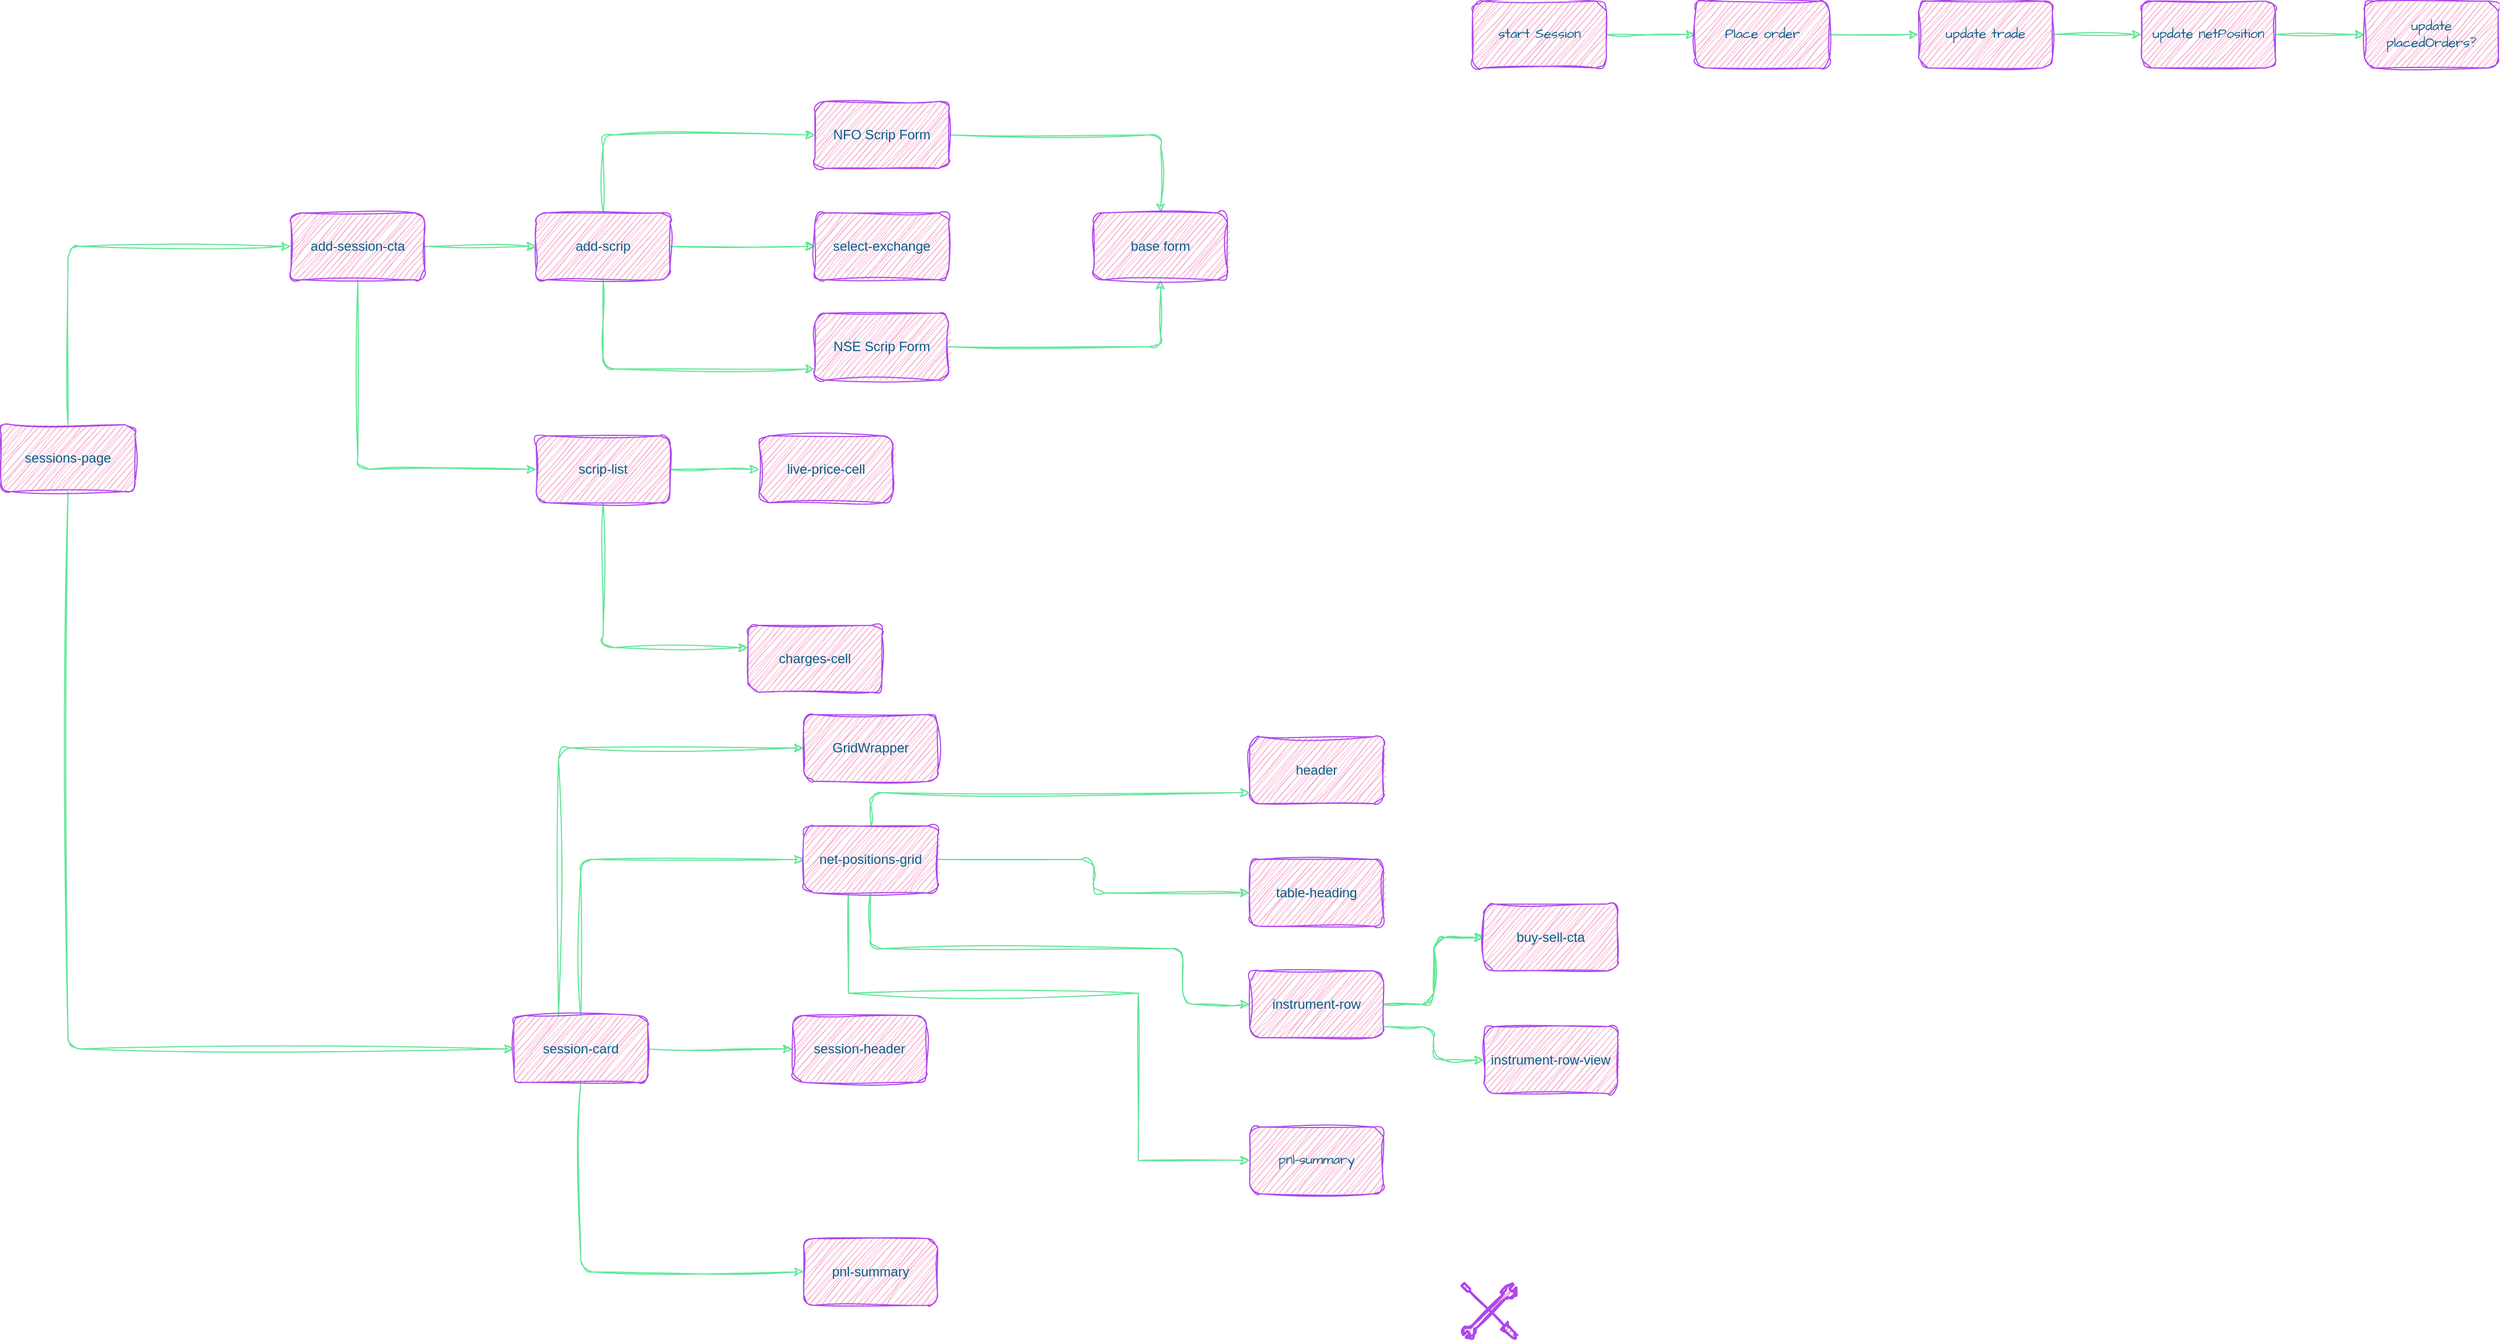
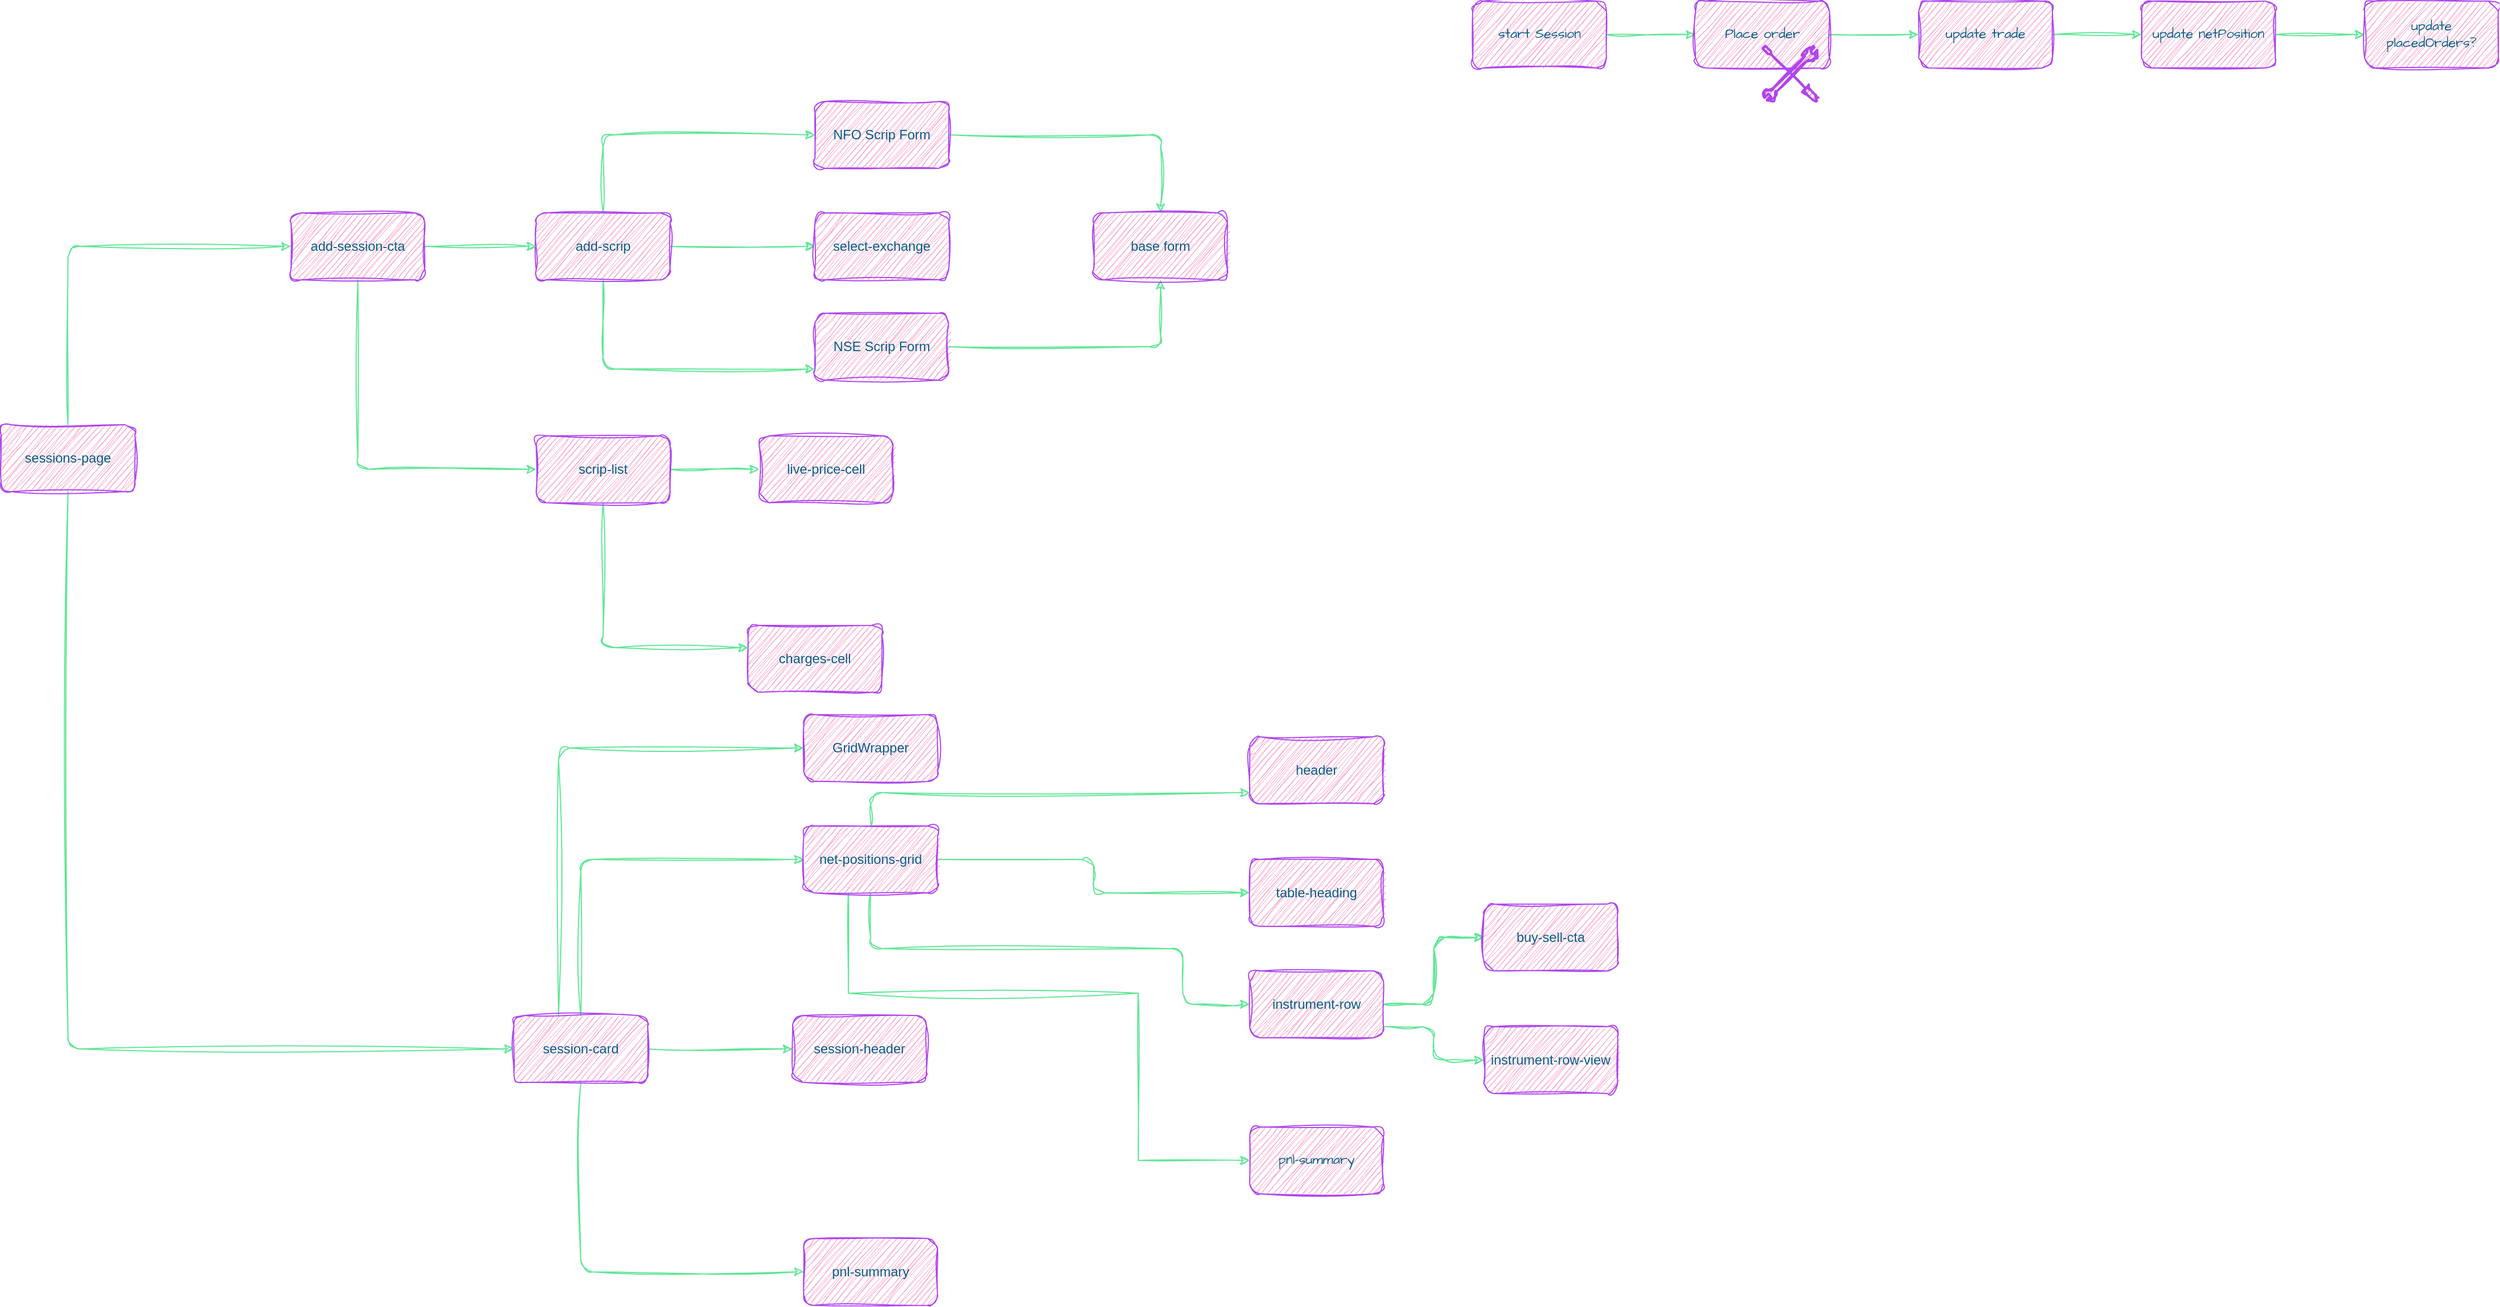
<mxfile host="app.diagrams.net" pages="5">
  <diagram id="wPQbEJP3DVO_ncDqMHqx" name="Sessions Page">
    <mxGraphModel dx="2395" dy="1443" grid="1" gridSize="10" guides="1" tooltips="1" connect="1" arrows="1" fold="1" page="0" pageScale="1" pageWidth="402" pageHeight="874" math="0" shadow="0">
      <root>
        <mxCell id="0" />
        <mxCell id="1" parent="0" />
        <mxCell id="DB1AKVm6qyutKQlFYAWD-6" edge="1" parent="1" source="DB1AKVm6qyutKQlFYAWD-1" style="edgeStyle=orthogonalEdgeStyle;rounded=1;orthogonalLoop=1;jettySize=auto;html=1;sketch=1;curveFitting=1;jiggle=2;labelBackgroundColor=none;fontColor=default;strokeColor=#60E696;" target="DB1AKVm6qyutKQlFYAWD-5" value="">
          <mxGeometry relative="1" as="geometry" />
        </mxCell>
        <mxCell id="DB1AKVm6qyutKQlFYAWD-8" edge="1" parent="1" source="DB1AKVm6qyutKQlFYAWD-1" style="edgeStyle=orthogonalEdgeStyle;rounded=1;orthogonalLoop=1;jettySize=auto;html=1;sketch=1;curveFitting=1;jiggle=2;labelBackgroundColor=none;fontColor=default;strokeColor=#60E696;" target="DB1AKVm6qyutKQlFYAWD-7" value="">
          <mxGeometry relative="1" as="geometry">
            <Array as="points">
              <mxPoint x="120" y="270" />
            </Array>
          </mxGeometry>
        </mxCell>
        <mxCell id="DB1AKVm6qyutKQlFYAWD-10" edge="1" parent="1" source="DB1AKVm6qyutKQlFYAWD-1" style="edgeStyle=orthogonalEdgeStyle;rounded=1;orthogonalLoop=1;jettySize=auto;html=1;sketch=1;curveFitting=1;jiggle=2;labelBackgroundColor=none;fontColor=default;strokeColor=#60E696;" target="DB1AKVm6qyutKQlFYAWD-9" value="">
          <mxGeometry relative="1" as="geometry">
            <Array as="points">
              <mxPoint x="120" y="60" />
            </Array>
          </mxGeometry>
        </mxCell>
        <mxCell id="DB1AKVm6qyutKQlFYAWD-1" parent="1" style="rounded=1;whiteSpace=wrap;html=1;sketch=1;curveFitting=1;jiggle=2;labelBackgroundColor=none;fillColor=#F694C1;strokeColor=#AF45ED;fontColor=#095C86;" value="add-scrip" vertex="1">
          <mxGeometry height="60" width="120" x="60" y="130" as="geometry" />
        </mxCell>
        <mxCell id="DB1AKVm6qyutKQlFYAWD-4" edge="1" parent="1" source="DB1AKVm6qyutKQlFYAWD-3" style="edgeStyle=orthogonalEdgeStyle;rounded=1;orthogonalLoop=1;jettySize=auto;html=1;sketch=1;curveFitting=1;jiggle=2;labelBackgroundColor=none;fontColor=default;strokeColor=#60E696;" target="DB1AKVm6qyutKQlFYAWD-1" value="">
          <mxGeometry relative="1" as="geometry" />
        </mxCell>
        <mxCell id="DB1AKVm6qyutKQlFYAWD-12" edge="1" parent="1" source="DB1AKVm6qyutKQlFYAWD-3" style="edgeStyle=orthogonalEdgeStyle;rounded=1;orthogonalLoop=1;jettySize=auto;html=1;sketch=1;curveFitting=1;jiggle=2;labelBackgroundColor=none;fontColor=default;strokeColor=#60E696;" target="DB1AKVm6qyutKQlFYAWD-11" value="">
          <mxGeometry relative="1" as="geometry">
            <Array as="points">
              <mxPoint x="-100" y="360" />
            </Array>
          </mxGeometry>
        </mxCell>
        <mxCell id="DB1AKVm6qyutKQlFYAWD-3" parent="1" style="rounded=1;whiteSpace=wrap;html=1;sketch=1;curveFitting=1;jiggle=2;labelBackgroundColor=none;fillColor=#F694C1;strokeColor=#AF45ED;fontColor=#095C86;" value="add-session-cta" vertex="1">
          <mxGeometry height="60" width="120" x="-160" y="130" as="geometry" />
        </mxCell>
        <mxCell id="DB1AKVm6qyutKQlFYAWD-5" parent="1" style="whiteSpace=wrap;html=1;rounded=1;sketch=1;curveFitting=1;jiggle=2;labelBackgroundColor=none;fillColor=#F694C1;strokeColor=#AF45ED;fontColor=#095C86;" value="select-exchange" vertex="1">
          <mxGeometry height="60" width="120" x="310" y="130" as="geometry" />
        </mxCell>
        <mxCell id="ouMAoqMrmdJ_XqpmxOQB-3" edge="1" parent="1" source="DB1AKVm6qyutKQlFYAWD-7" style="edgeStyle=orthogonalEdgeStyle;rounded=1;sketch=1;hachureGap=4;jiggle=2;curveFitting=1;orthogonalLoop=1;jettySize=auto;html=1;fontFamily=Architects Daughter;fontSource=https%3A%2F%2Ffonts.googleapis.com%2Fcss%3Ffamily%3DArchitects%2BDaughter;labelBackgroundColor=none;fontColor=default;strokeColor=#60E696;" target="ouMAoqMrmdJ_XqpmxOQB-1">
          <mxGeometry relative="1" as="geometry" />
        </mxCell>
        <mxCell id="DB1AKVm6qyutKQlFYAWD-7" parent="1" style="whiteSpace=wrap;html=1;rounded=1;sketch=1;curveFitting=1;jiggle=2;labelBackgroundColor=none;fillColor=#F694C1;strokeColor=#AF45ED;fontColor=#095C86;" value="NSE Scrip Form" vertex="1">
          <mxGeometry height="60" width="120" x="310" y="220" as="geometry" />
        </mxCell>
        <mxCell id="ouMAoqMrmdJ_XqpmxOQB-2" edge="1" parent="1" source="DB1AKVm6qyutKQlFYAWD-9" style="edgeStyle=orthogonalEdgeStyle;rounded=1;sketch=1;hachureGap=4;jiggle=2;curveFitting=1;orthogonalLoop=1;jettySize=auto;html=1;fontFamily=Architects Daughter;fontSource=https%3A%2F%2Ffonts.googleapis.com%2Fcss%3Ffamily%3DArchitects%2BDaughter;labelBackgroundColor=none;fontColor=default;strokeColor=#60E696;" target="ouMAoqMrmdJ_XqpmxOQB-1" value="">
          <mxGeometry relative="1" as="geometry" />
        </mxCell>
        <mxCell id="DB1AKVm6qyutKQlFYAWD-9" parent="1" style="whiteSpace=wrap;html=1;rounded=1;sketch=1;curveFitting=1;jiggle=2;labelBackgroundColor=none;fillColor=#F694C1;strokeColor=#AF45ED;fontColor=#095C86;" value="NFO Scrip Form" vertex="1">
          <mxGeometry height="60" width="120" x="310" y="30" as="geometry" />
        </mxCell>
        <mxCell id="ouMAoqMrmdJ_XqpmxOQB-15" edge="1" parent="1" source="DB1AKVm6qyutKQlFYAWD-11" style="edgeStyle=orthogonalEdgeStyle;rounded=1;sketch=1;hachureGap=4;jiggle=2;curveFitting=1;orthogonalLoop=1;jettySize=auto;html=1;fontFamily=Architects Daughter;fontSource=https%3A%2F%2Ffonts.googleapis.com%2Fcss%3Ffamily%3DArchitects%2BDaughter;labelBackgroundColor=none;fontColor=default;strokeColor=#60E696;" target="ouMAoqMrmdJ_XqpmxOQB-14" value="">
          <mxGeometry relative="1" as="geometry" />
        </mxCell>
        <mxCell id="ouMAoqMrmdJ_XqpmxOQB-17" edge="1" parent="1" source="DB1AKVm6qyutKQlFYAWD-11" style="edgeStyle=orthogonalEdgeStyle;rounded=1;sketch=1;hachureGap=4;jiggle=2;curveFitting=1;orthogonalLoop=1;jettySize=auto;html=1;fontFamily=Architects Daughter;fontSource=https%3A%2F%2Ffonts.googleapis.com%2Fcss%3Ffamily%3DArchitects%2BDaughter;labelBackgroundColor=none;fontColor=default;strokeColor=#60E696;" target="ouMAoqMrmdJ_XqpmxOQB-16" value="">
          <mxGeometry relative="1" as="geometry">
            <Array as="points">
              <mxPoint x="120" y="520" />
            </Array>
          </mxGeometry>
        </mxCell>
        <mxCell id="DB1AKVm6qyutKQlFYAWD-11" parent="1" style="whiteSpace=wrap;html=1;rounded=1;sketch=1;curveFitting=1;jiggle=2;labelBackgroundColor=none;fillColor=#F694C1;strokeColor=#AF45ED;fontColor=#095C86;" value="scrip-list" vertex="1">
          <mxGeometry height="60" width="120" x="60" y="330" as="geometry" />
        </mxCell>
        <mxCell id="DB1AKVm6qyutKQlFYAWD-15" edge="1" parent="1" source="DB1AKVm6qyutKQlFYAWD-14" style="edgeStyle=orthogonalEdgeStyle;rounded=1;sketch=1;hachureGap=4;jiggle=2;curveFitting=1;orthogonalLoop=1;jettySize=auto;html=1;entryX=0;entryY=0.5;entryDx=0;entryDy=0;fontFamily=Architects Daughter;fontSource=https%3A%2F%2Ffonts.googleapis.com%2Fcss%3Ffamily%3DArchitects%2BDaughter;fontColor=default;labelBackgroundColor=none;strokeColor=#60E696;" target="DB1AKVm6qyutKQlFYAWD-3">
          <mxGeometry relative="1" as="geometry">
            <Array as="points">
              <mxPoint x="-360" y="160" />
            </Array>
          </mxGeometry>
        </mxCell>
        <mxCell id="ouMAoqMrmdJ_XqpmxOQB-28" edge="1" parent="1" source="DB1AKVm6qyutKQlFYAWD-14" style="edgeStyle=orthogonalEdgeStyle;rounded=1;sketch=1;hachureGap=4;jiggle=2;curveFitting=1;orthogonalLoop=1;jettySize=auto;html=1;entryX=0;entryY=0.5;entryDx=0;entryDy=0;fontFamily=Architects Daughter;fontSource=https%3A%2F%2Ffonts.googleapis.com%2Fcss%3Ffamily%3DArchitects%2BDaughter;labelBackgroundColor=none;fontColor=default;strokeColor=#60E696;" target="ouMAoqMrmdJ_XqpmxOQB-19">
          <mxGeometry relative="1" as="geometry">
            <Array as="points">
              <mxPoint x="-360" y="880" />
            </Array>
          </mxGeometry>
        </mxCell>
        <mxCell id="DB1AKVm6qyutKQlFYAWD-14" parent="1" style="rounded=1;whiteSpace=wrap;html=1;sketch=1;curveFitting=1;jiggle=2;labelBackgroundColor=none;fillColor=#F694C1;strokeColor=#AF45ED;fontColor=#095C86;" value="sessions-page" vertex="1">
          <mxGeometry height="60" width="120" x="-420" y="320" as="geometry" />
        </mxCell>
        <mxCell id="ouMAoqMrmdJ_XqpmxOQB-1" parent="1" style="whiteSpace=wrap;html=1;rounded=1;sketch=1;curveFitting=1;jiggle=2;labelBackgroundColor=none;fillColor=#F694C1;strokeColor=#AF45ED;fontColor=#095C86;" value="base form" vertex="1">
          <mxGeometry height="60" width="120" x="560" y="130" as="geometry" />
        </mxCell>
        <mxCell id="ouMAoqMrmdJ_XqpmxOQB-6" edge="1" parent="1" source="ouMAoqMrmdJ_XqpmxOQB-4" style="edgeStyle=orthogonalEdgeStyle;rounded=1;sketch=1;hachureGap=4;jiggle=2;curveFitting=1;orthogonalLoop=1;jettySize=auto;html=1;fontFamily=Architects Daughter;fontSource=https%3A%2F%2Ffonts.googleapis.com%2Fcss%3Ffamily%3DArchitects%2BDaughter;labelBackgroundColor=none;fontColor=default;strokeColor=#60E696;" target="ouMAoqMrmdJ_XqpmxOQB-5" value="">
          <mxGeometry relative="1" as="geometry" />
        </mxCell>
        <mxCell id="ouMAoqMrmdJ_XqpmxOQB-4" parent="1" style="whiteSpace=wrap;html=1;sketch=1;hachureGap=4;jiggle=2;curveFitting=1;fontFamily=Architects Daughter;fontSource=https%3A%2F%2Ffonts.googleapis.com%2Fcss%3Ffamily%3DArchitects%2BDaughter;labelBackgroundColor=none;rounded=1;fillColor=#F694C1;strokeColor=#AF45ED;fontColor=#095C86;" value="start Session" vertex="1">
          <mxGeometry height="60" width="120" x="900" y="-60" as="geometry" />
        </mxCell>
        <mxCell id="ouMAoqMrmdJ_XqpmxOQB-8" edge="1" parent="1" source="ouMAoqMrmdJ_XqpmxOQB-5" style="edgeStyle=orthogonalEdgeStyle;rounded=1;sketch=1;hachureGap=4;jiggle=2;curveFitting=1;orthogonalLoop=1;jettySize=auto;html=1;fontFamily=Architects Daughter;fontSource=https%3A%2F%2Ffonts.googleapis.com%2Fcss%3Ffamily%3DArchitects%2BDaughter;labelBackgroundColor=none;fontColor=default;strokeColor=#60E696;" target="ouMAoqMrmdJ_XqpmxOQB-7" value="">
          <mxGeometry relative="1" as="geometry" />
        </mxCell>
        <mxCell id="ouMAoqMrmdJ_XqpmxOQB-5" parent="1" style="whiteSpace=wrap;html=1;fontFamily=Architects Daughter;sketch=1;hachureGap=4;jiggle=2;curveFitting=1;fontSource=https%3A%2F%2Ffonts.googleapis.com%2Fcss%3Ffamily%3DArchitects%2BDaughter;labelBackgroundColor=none;rounded=1;fillColor=#F694C1;strokeColor=#AF45ED;fontColor=#095C86;" value="Place order" vertex="1">
          <mxGeometry height="60" width="120" x="1100" y="-60" as="geometry" />
        </mxCell>
        <mxCell id="ouMAoqMrmdJ_XqpmxOQB-10" edge="1" parent="1" source="ouMAoqMrmdJ_XqpmxOQB-7" style="edgeStyle=orthogonalEdgeStyle;rounded=1;sketch=1;hachureGap=4;jiggle=2;curveFitting=1;orthogonalLoop=1;jettySize=auto;html=1;fontFamily=Architects Daughter;fontSource=https%3A%2F%2Ffonts.googleapis.com%2Fcss%3Ffamily%3DArchitects%2BDaughter;labelBackgroundColor=none;fontColor=default;strokeColor=#60E696;" target="ouMAoqMrmdJ_XqpmxOQB-9" value="">
          <mxGeometry relative="1" as="geometry" />
        </mxCell>
        <mxCell id="ouMAoqMrmdJ_XqpmxOQB-7" parent="1" style="whiteSpace=wrap;html=1;fontFamily=Architects Daughter;sketch=1;hachureGap=4;jiggle=2;curveFitting=1;fontSource=https%3A%2F%2Ffonts.googleapis.com%2Fcss%3Ffamily%3DArchitects%2BDaughter;labelBackgroundColor=none;rounded=1;fillColor=#F694C1;strokeColor=#AF45ED;fontColor=#095C86;" value="update trade" vertex="1">
          <mxGeometry height="60" width="120" x="1300" y="-60" as="geometry" />
        </mxCell>
        <mxCell id="ouMAoqMrmdJ_XqpmxOQB-12" edge="1" parent="1" source="ouMAoqMrmdJ_XqpmxOQB-9" style="edgeStyle=orthogonalEdgeStyle;rounded=1;sketch=1;hachureGap=4;jiggle=2;curveFitting=1;orthogonalLoop=1;jettySize=auto;html=1;fontFamily=Architects Daughter;fontSource=https%3A%2F%2Ffonts.googleapis.com%2Fcss%3Ffamily%3DArchitects%2BDaughter;labelBackgroundColor=none;fontColor=default;strokeColor=#60E696;" target="ouMAoqMrmdJ_XqpmxOQB-11" value="">
          <mxGeometry relative="1" as="geometry" />
        </mxCell>
        <mxCell id="ouMAoqMrmdJ_XqpmxOQB-9" parent="1" style="whiteSpace=wrap;html=1;fontFamily=Architects Daughter;sketch=1;hachureGap=4;jiggle=2;curveFitting=1;fontSource=https%3A%2F%2Ffonts.googleapis.com%2Fcss%3Ffamily%3DArchitects%2BDaughter;labelBackgroundColor=none;rounded=1;fillColor=#F694C1;strokeColor=#AF45ED;fontColor=#095C86;" value="update netPosition" vertex="1">
          <mxGeometry height="60" width="120" x="1500" y="-60" as="geometry" />
        </mxCell>
        <mxCell id="ouMAoqMrmdJ_XqpmxOQB-11" parent="1" style="whiteSpace=wrap;html=1;fontFamily=Architects Daughter;sketch=1;hachureGap=4;jiggle=2;curveFitting=1;fontSource=https%3A%2F%2Ffonts.googleapis.com%2Fcss%3Ffamily%3DArchitects%2BDaughter;labelBackgroundColor=none;rounded=1;fillColor=#F694C1;strokeColor=#AF45ED;fontColor=#095C86;" value="update placedOrders?" vertex="1">
          <mxGeometry height="60" width="120" x="1700" y="-60" as="geometry" />
        </mxCell>
        <mxCell id="ouMAoqMrmdJ_XqpmxOQB-13" parent="1" style="html=1;verticalLabelPosition=bottom;align=center;labelBackgroundColor=none;verticalAlign=top;strokeWidth=2;shadow=0;dashed=0;shape=mxgraph.ios7.icons.tools;pointerEvents=1;sketch=1;hachureGap=4;jiggle=2;curveFitting=1;fontFamily=Architects Daughter;fontSource=https%3A%2F%2Ffonts.googleapis.com%2Fcss%3Ffamily%3DArchitects%2BDaughter;rounded=1;fillColor=#F694C1;strokeColor=#AF45ED;fontColor=#095C86;" value="" vertex="1">
-           <mxGeometry height="50" width="50" x="890" y="1090" as="geometry" />
+           <mxGeometry height="50" width="50" x="1160" y="-20" as="geometry" />
        </mxCell>
        <mxCell id="ouMAoqMrmdJ_XqpmxOQB-14" parent="1" style="whiteSpace=wrap;html=1;rounded=1;sketch=1;curveFitting=1;jiggle=2;labelBackgroundColor=none;fillColor=#F694C1;strokeColor=#AF45ED;fontColor=#095C86;" value="live-price-cell" vertex="1">
          <mxGeometry height="60" width="120" x="260" y="330" as="geometry" />
        </mxCell>
        <mxCell id="ouMAoqMrmdJ_XqpmxOQB-16" parent="1" style="whiteSpace=wrap;html=1;rounded=1;sketch=1;curveFitting=1;jiggle=2;labelBackgroundColor=none;fillColor=#F694C1;strokeColor=#AF45ED;fontColor=#095C86;" value="charges-cell" vertex="1">
          <mxGeometry height="60" width="120" x="250" y="500" as="geometry" />
        </mxCell>
        <mxCell id="ouMAoqMrmdJ_XqpmxOQB-22" edge="1" parent="1" source="ouMAoqMrmdJ_XqpmxOQB-19" style="edgeStyle=orthogonalEdgeStyle;rounded=1;sketch=1;hachureGap=4;jiggle=2;curveFitting=1;orthogonalLoop=1;jettySize=auto;html=1;fontFamily=Architects Daughter;fontSource=https%3A%2F%2Ffonts.googleapis.com%2Fcss%3Ffamily%3DArchitects%2BDaughter;labelBackgroundColor=none;fontColor=default;strokeColor=#60E696;" target="ouMAoqMrmdJ_XqpmxOQB-21" value="">
          <mxGeometry relative="1" as="geometry" />
        </mxCell>
        <mxCell id="ouMAoqMrmdJ_XqpmxOQB-25" edge="1" parent="1" source="ouMAoqMrmdJ_XqpmxOQB-19" style="edgeStyle=orthogonalEdgeStyle;rounded=1;sketch=1;hachureGap=4;jiggle=2;curveFitting=1;orthogonalLoop=1;jettySize=auto;html=1;entryX=0;entryY=0.5;entryDx=0;entryDy=0;fontFamily=Architects Daughter;fontSource=https%3A%2F%2Ffonts.googleapis.com%2Fcss%3Ffamily%3DArchitects%2BDaughter;labelBackgroundColor=none;fontColor=default;strokeColor=#60E696;" target="ouMAoqMrmdJ_XqpmxOQB-23">
          <mxGeometry relative="1" as="geometry">
            <Array as="points">
              <mxPoint x="100" y="710" />
            </Array>
          </mxGeometry>
        </mxCell>
        <mxCell id="ouMAoqMrmdJ_XqpmxOQB-27" edge="1" parent="1" source="ouMAoqMrmdJ_XqpmxOQB-19" style="edgeStyle=orthogonalEdgeStyle;rounded=1;sketch=1;hachureGap=4;jiggle=2;curveFitting=1;orthogonalLoop=1;jettySize=auto;html=1;fontFamily=Architects Daughter;fontSource=https%3A%2F%2Ffonts.googleapis.com%2Fcss%3Ffamily%3DArchitects%2BDaughter;labelBackgroundColor=none;fontColor=default;strokeColor=#60E696;" target="ouMAoqMrmdJ_XqpmxOQB-26" value="">
          <mxGeometry relative="1" as="geometry">
            <Array as="points">
              <mxPoint x="100" y="1080" />
            </Array>
          </mxGeometry>
        </mxCell>
        <mxCell id="ouMAoqMrmdJ_XqpmxOQB-30" edge="1" parent="1" source="ouMAoqMrmdJ_XqpmxOQB-19" style="edgeStyle=orthogonalEdgeStyle;rounded=1;sketch=1;hachureGap=4;jiggle=2;curveFitting=1;orthogonalLoop=1;jettySize=auto;html=1;fontFamily=Architects Daughter;fontSource=https%3A%2F%2Ffonts.googleapis.com%2Fcss%3Ffamily%3DArchitects%2BDaughter;fontColor=default;labelBackgroundColor=none;strokeColor=#60E696;" target="ouMAoqMrmdJ_XqpmxOQB-29" value="">
          <mxGeometry relative="1" as="geometry">
            <Array as="points">
              <mxPoint x="80" y="610" />
            </Array>
          </mxGeometry>
        </mxCell>
        <mxCell id="ouMAoqMrmdJ_XqpmxOQB-19" parent="1" style="whiteSpace=wrap;html=1;rounded=1;sketch=1;curveFitting=1;jiggle=2;labelBackgroundColor=none;fillColor=#F694C1;strokeColor=#AF45ED;fontColor=#095C86;" value="session-card" vertex="1">
          <mxGeometry height="60" width="120" x="40" y="850" as="geometry" />
        </mxCell>
        <mxCell id="ouMAoqMrmdJ_XqpmxOQB-21" parent="1" style="whiteSpace=wrap;html=1;rounded=1;sketch=1;curveFitting=1;jiggle=2;labelBackgroundColor=none;fillColor=#F694C1;strokeColor=#AF45ED;fontColor=#095C86;" value="session-header" vertex="1">
          <mxGeometry height="60" width="120" x="290" y="850" as="geometry" />
        </mxCell>
        <mxCell id="ouMAoqMrmdJ_XqpmxOQB-32" edge="1" parent="1" source="ouMAoqMrmdJ_XqpmxOQB-23" style="edgeStyle=orthogonalEdgeStyle;rounded=1;sketch=1;hachureGap=4;jiggle=2;curveFitting=1;orthogonalLoop=1;jettySize=auto;html=1;fontFamily=Architects Daughter;fontSource=https%3A%2F%2Ffonts.googleapis.com%2Fcss%3Ffamily%3DArchitects%2BDaughter;fontColor=default;labelBackgroundColor=none;strokeColor=#60E696;" target="ouMAoqMrmdJ_XqpmxOQB-31" value="">
          <mxGeometry relative="1" as="geometry">
            <Array as="points">
              <mxPoint x="360" y="650" />
            </Array>
          </mxGeometry>
        </mxCell>
        <mxCell id="ouMAoqMrmdJ_XqpmxOQB-34" edge="1" parent="1" source="ouMAoqMrmdJ_XqpmxOQB-23" style="edgeStyle=orthogonalEdgeStyle;rounded=1;sketch=1;hachureGap=4;jiggle=2;curveFitting=1;orthogonalLoop=1;jettySize=auto;html=1;fontFamily=Architects Daughter;fontSource=https%3A%2F%2Ffonts.googleapis.com%2Fcss%3Ffamily%3DArchitects%2BDaughter;fontColor=default;labelBackgroundColor=none;strokeColor=#60E696;" target="ouMAoqMrmdJ_XqpmxOQB-33" value="">
          <mxGeometry relative="1" as="geometry" />
        </mxCell>
        <mxCell id="ouMAoqMrmdJ_XqpmxOQB-38" edge="1" parent="1" source="ouMAoqMrmdJ_XqpmxOQB-23" style="edgeStyle=orthogonalEdgeStyle;rounded=1;sketch=1;hachureGap=4;jiggle=2;curveFitting=1;orthogonalLoop=1;jettySize=auto;html=1;fontFamily=Architects Daughter;fontSource=https%3A%2F%2Ffonts.googleapis.com%2Fcss%3Ffamily%3DArchitects%2BDaughter;fontColor=default;labelBackgroundColor=none;strokeColor=#60E696;" target="ouMAoqMrmdJ_XqpmxOQB-37" value="">
          <mxGeometry relative="1" as="geometry">
            <Array as="points">
              <mxPoint x="360" y="790" />
              <mxPoint x="640" y="790" />
            </Array>
          </mxGeometry>
        </mxCell>
        <mxCell id="eX8Cx5BNWnft2gzvnQZb-2" edge="1" parent="1" source="ouMAoqMrmdJ_XqpmxOQB-23" style="edgeStyle=orthogonalEdgeStyle;rounded=0;sketch=1;hachureGap=4;jiggle=2;curveFitting=1;orthogonalLoop=1;jettySize=auto;html=1;fontFamily=Architects Daughter;fontSource=https%3A%2F%2Ffonts.googleapis.com%2Fcss%3Ffamily%3DArchitects%2BDaughter;entryX=0;entryY=0.5;entryDx=0;entryDy=0;labelBackgroundColor=none;fontColor=default;strokeColor=#60E696;" target="eX8Cx5BNWnft2gzvnQZb-3">
          <mxGeometry relative="1" as="geometry">
            <Array as="points">
              <mxPoint x="340" y="830" />
              <mxPoint x="600" y="830" />
              <mxPoint x="600" y="980" />
            </Array>
            <mxPoint x="600" y="1010" as="targetPoint" />
          </mxGeometry>
        </mxCell>
        <mxCell id="ouMAoqMrmdJ_XqpmxOQB-23" parent="1" style="whiteSpace=wrap;html=1;rounded=1;sketch=1;curveFitting=1;jiggle=2;labelBackgroundColor=none;fillColor=#F694C1;strokeColor=#AF45ED;fontColor=#095C86;" value="net-positions-grid" vertex="1">
          <mxGeometry height="60" width="120" x="300" y="680" as="geometry" />
        </mxCell>
        <mxCell id="ouMAoqMrmdJ_XqpmxOQB-26" parent="1" style="whiteSpace=wrap;html=1;rounded=1;sketch=1;curveFitting=1;jiggle=2;labelBackgroundColor=none;fillColor=#F694C1;strokeColor=#AF45ED;fontColor=#095C86;" value="pnl-summary" vertex="1">
          <mxGeometry height="60" width="120" x="300" y="1050" as="geometry" />
        </mxCell>
        <mxCell id="ouMAoqMrmdJ_XqpmxOQB-29" parent="1" style="whiteSpace=wrap;html=1;rounded=1;sketch=1;curveFitting=1;jiggle=2;labelBackgroundColor=none;fillColor=#F694C1;strokeColor=#AF45ED;fontColor=#095C86;" value="GridWrapper" vertex="1">
          <mxGeometry height="60" width="120" x="300" y="580" as="geometry" />
        </mxCell>
        <mxCell id="ouMAoqMrmdJ_XqpmxOQB-31" parent="1" style="whiteSpace=wrap;html=1;rounded=1;sketch=1;curveFitting=1;jiggle=2;labelBackgroundColor=none;fillColor=#F694C1;strokeColor=#AF45ED;fontColor=#095C86;" value="header" vertex="1">
          <mxGeometry height="60" width="120" x="700" y="600" as="geometry" />
        </mxCell>
        <mxCell id="ouMAoqMrmdJ_XqpmxOQB-33" parent="1" style="whiteSpace=wrap;html=1;rounded=1;sketch=1;curveFitting=1;jiggle=2;labelBackgroundColor=none;fillColor=#F694C1;strokeColor=#AF45ED;fontColor=#095C86;" value="table-heading" vertex="1">
          <mxGeometry height="60" width="120" x="700" y="710" as="geometry" />
        </mxCell>
        <mxCell id="ouMAoqMrmdJ_XqpmxOQB-40" edge="1" parent="1" source="ouMAoqMrmdJ_XqpmxOQB-37" style="edgeStyle=orthogonalEdgeStyle;rounded=1;sketch=1;hachureGap=4;jiggle=2;curveFitting=1;orthogonalLoop=1;jettySize=auto;html=1;fontFamily=Architects Daughter;fontSource=https%3A%2F%2Ffonts.googleapis.com%2Fcss%3Ffamily%3DArchitects%2BDaughter;fontColor=default;labelBackgroundColor=none;strokeColor=#60E696;" target="ouMAoqMrmdJ_XqpmxOQB-39" value="">
          <mxGeometry relative="1" as="geometry" />
        </mxCell>
        <mxCell id="ouMAoqMrmdJ_XqpmxOQB-41" edge="1" parent="1" source="ouMAoqMrmdJ_XqpmxOQB-37" style="edgeStyle=orthogonalEdgeStyle;rounded=1;sketch=1;hachureGap=4;jiggle=2;curveFitting=1;orthogonalLoop=1;jettySize=auto;html=1;fontFamily=Architects Daughter;fontSource=https%3A%2F%2Ffonts.googleapis.com%2Fcss%3Ffamily%3DArchitects%2BDaughter;fontColor=default;labelBackgroundColor=none;strokeColor=#60E696;" target="ouMAoqMrmdJ_XqpmxOQB-39" value="">
          <mxGeometry relative="1" as="geometry" />
        </mxCell>
        <mxCell id="ouMAoqMrmdJ_XqpmxOQB-43" edge="1" parent="1" source="ouMAoqMrmdJ_XqpmxOQB-37" style="edgeStyle=orthogonalEdgeStyle;rounded=1;sketch=1;hachureGap=4;jiggle=2;curveFitting=1;orthogonalLoop=1;jettySize=auto;html=1;fontFamily=Architects Daughter;fontSource=https%3A%2F%2Ffonts.googleapis.com%2Fcss%3Ffamily%3DArchitects%2BDaughter;fontColor=default;labelBackgroundColor=none;strokeColor=#60E696;" target="ouMAoqMrmdJ_XqpmxOQB-42" value="">
          <mxGeometry relative="1" as="geometry">
            <Array as="points">
              <mxPoint x="865" y="860" />
              <mxPoint x="865" y="890" />
            </Array>
          </mxGeometry>
        </mxCell>
        <mxCell id="ouMAoqMrmdJ_XqpmxOQB-37" parent="1" style="whiteSpace=wrap;html=1;rounded=1;sketch=1;curveFitting=1;jiggle=2;labelBackgroundColor=none;fillColor=#F694C1;strokeColor=#AF45ED;fontColor=#095C86;" value="instrument-row" vertex="1">
          <mxGeometry height="60" width="120" x="700" y="810" as="geometry" />
        </mxCell>
        <mxCell id="ouMAoqMrmdJ_XqpmxOQB-39" parent="1" style="whiteSpace=wrap;html=1;rounded=1;sketch=1;curveFitting=1;jiggle=2;labelBackgroundColor=none;fillColor=#F694C1;strokeColor=#AF45ED;fontColor=#095C86;" value="buy-sell-cta" vertex="1">
          <mxGeometry height="60" width="120" x="910" y="750" as="geometry" />
        </mxCell>
        <mxCell id="ouMAoqMrmdJ_XqpmxOQB-42" parent="1" style="whiteSpace=wrap;html=1;rounded=1;sketch=1;curveFitting=1;jiggle=2;labelBackgroundColor=none;fillColor=#F694C1;strokeColor=#AF45ED;fontColor=#095C86;" value="instrument-row-view" vertex="1">
          <mxGeometry height="60" width="120" x="910" y="860" as="geometry" />
        </mxCell>
        <mxCell id="eX8Cx5BNWnft2gzvnQZb-3" parent="1" style="rounded=1;whiteSpace=wrap;html=1;sketch=1;hachureGap=4;jiggle=2;curveFitting=1;fontFamily=Architects Daughter;fontSource=https%3A%2F%2Ffonts.googleapis.com%2Fcss%3Ffamily%3DArchitects%2BDaughter;labelBackgroundColor=none;fillColor=#F694C1;strokeColor=#AF45ED;fontColor=#095C86;" value="pnl-summary" vertex="1">
          <mxGeometry height="60" width="120" x="700" y="950" as="geometry" />
        </mxCell>
      </root>
    </mxGraphModel>
  </diagram>
  <diagram id="YVkBlKKJ4RNEtawBKbZk" name="Session">
    <mxGraphModel dx="1357" dy="626" grid="1" gridSize="10" guides="1" tooltips="1" connect="1" arrows="1" fold="1" page="0" pageScale="1" pageWidth="402" pageHeight="874" math="0" shadow="0">
      <root>
        <mxCell id="0" />
        <mxCell id="1" parent="0" />
        <mxCell id="b8iQl_XISdQ6rZ6kNcMQ-3" edge="1" parent="1" source="b8iQl_XISdQ6rZ6kNcMQ-1" style="edgeStyle=orthogonalEdgeStyle;rounded=0;orthogonalLoop=1;jettySize=auto;html=1;" target="b8iQl_XISdQ6rZ6kNcMQ-2" value="">
          <mxGeometry relative="1" as="geometry" />
        </mxCell>
        <mxCell id="b8iQl_XISdQ6rZ6kNcMQ-1" parent="1" style="rounded=1;whiteSpace=wrap;html=1;" value="start session" vertex="1">
          <mxGeometry height="60" width="120" x="-200" y="80" as="geometry" />
        </mxCell>
        <mxCell id="b8iQl_XISdQ6rZ6kNcMQ-5" edge="1" parent="1" source="b8iQl_XISdQ6rZ6kNcMQ-2" style="edgeStyle=orthogonalEdgeStyle;rounded=0;orthogonalLoop=1;jettySize=auto;html=1;" target="b8iQl_XISdQ6rZ6kNcMQ-4" value="">
          <mxGeometry relative="1" as="geometry" />
        </mxCell>
        <mxCell id="b8iQl_XISdQ6rZ6kNcMQ-2" parent="1" style="whiteSpace=wrap;html=1;rounded=1;" value="place orders&amp;nbsp;&lt;br&gt;(all or none)" vertex="1">
          <mxGeometry height="60" width="120" y="80" as="geometry" />
        </mxCell>
        <mxCell id="b8iQl_XISdQ6rZ6kNcMQ-7" edge="1" parent="1" source="b8iQl_XISdQ6rZ6kNcMQ-4" style="edgeStyle=orthogonalEdgeStyle;rounded=0;orthogonalLoop=1;jettySize=auto;html=1;" target="b8iQl_XISdQ6rZ6kNcMQ-6" value="">
          <mxGeometry relative="1" as="geometry" />
        </mxCell>
        <mxCell id="b8iQl_XISdQ6rZ6kNcMQ-4" parent="1" style="whiteSpace=wrap;html=1;rounded=1;" value="update margins" vertex="1">
          <mxGeometry height="60" width="120" x="200" y="80" as="geometry" />
        </mxCell>
        <mxCell id="b8iQl_XISdQ6rZ6kNcMQ-6" parent="1" style="whiteSpace=wrap;html=1;rounded=1;" value="create session" vertex="1">
          <mxGeometry height="60" width="120" x="200" y="200" as="geometry" />
        </mxCell>
        <mxCell id="b8iQl_XISdQ6rZ6kNcMQ-8" parent="1" style="rounded=1;whiteSpace=wrap;html=1;fillColor=#fff2cc;strokeColor=#d6b656;" value="firebase" vertex="1">
          <mxGeometry height="40" width="80" x="300" y="190" as="geometry" />
        </mxCell>
        <mxCell id="b8iQl_XISdQ6rZ6kNcMQ-9" parent="1" style="rounded=1;whiteSpace=wrap;html=1;fillColor=#fff2cc;strokeColor=#d6b656;" value="kite" vertex="1">
          <mxGeometry height="40" width="80" x="80" y="50" as="geometry" />
        </mxCell>
        <mxCell id="b8iQl_XISdQ6rZ6kNcMQ-10" parent="1" style="rounded=1;whiteSpace=wrap;html=1;fillColor=#fff2cc;strokeColor=#d6b656;" value="firebase" vertex="1">
          <mxGeometry height="40" width="80" x="290" y="60" as="geometry" />
        </mxCell>
      </root>
    </mxGraphModel>
  </diagram>
  <diagram id="4KjMPYYtLXdBkkJX1B08" name="Auth">
    <mxGraphModel dx="1276" dy="835" grid="0" gridSize="10" guides="1" tooltips="1" connect="1" arrows="1" fold="1" page="0" pageScale="1" pageWidth="402" pageHeight="874" math="0" shadow="0">
      <root>
        <mxCell id="0" />
        <mxCell id="1" parent="0" />
        <mxCell id="pPH6oVQiPgVcm9OUePWL-3" edge="1" parent="1" source="pPH6oVQiPgVcm9OUePWL-1" style="edgeStyle=orthogonalEdgeStyle;rounded=0;orthogonalLoop=1;jettySize=auto;html=1;" target="pPH6oVQiPgVcm9OUePWL-2" value="">
          <mxGeometry relative="1" as="geometry" />
        </mxCell>
        <mxCell id="pPH6oVQiPgVcm9OUePWL-1" parent="1" style="rounded=1;whiteSpace=wrap;html=1;" value="User clicks &quot;Login&quot; Button" vertex="1">
          <mxGeometry height="60" width="120" x="23" y="101" as="geometry" />
        </mxCell>
        <mxCell id="pPH6oVQiPgVcm9OUePWL-5" edge="1" parent="1" source="pPH6oVQiPgVcm9OUePWL-2" style="edgeStyle=orthogonalEdgeStyle;rounded=0;orthogonalLoop=1;jettySize=auto;html=1;" target="pPH6oVQiPgVcm9OUePWL-4" value="">
          <mxGeometry relative="1" as="geometry" />
        </mxCell>
        <mxCell id="pPH6oVQiPgVcm9OUePWL-2" parent="1" style="whiteSpace=wrap;html=1;rounded=1;" value="Open the Login URL" vertex="1">
          <mxGeometry height="60" width="120" x="223" y="101" as="geometry" />
        </mxCell>
        <mxCell id="pPH6oVQiPgVcm9OUePWL-7" edge="1" parent="1" source="pPH6oVQiPgVcm9OUePWL-4" style="edgeStyle=orthogonalEdgeStyle;rounded=0;orthogonalLoop=1;jettySize=auto;html=1;" target="pPH6oVQiPgVcm9OUePWL-6" value="">
          <mxGeometry relative="1" as="geometry" />
        </mxCell>
        <mxCell id="pPH6oVQiPgVcm9OUePWL-4" parent="1" style="whiteSpace=wrap;html=1;rounded=1;" value="User logins to Zerodha" vertex="1">
          <mxGeometry height="60" width="120" x="423" y="101" as="geometry" />
        </mxCell>
        <mxCell id="pPH6oVQiPgVcm9OUePWL-9" edge="1" parent="1" source="pPH6oVQiPgVcm9OUePWL-6" style="edgeStyle=orthogonalEdgeStyle;rounded=0;orthogonalLoop=1;jettySize=auto;html=1;" target="pPH6oVQiPgVcm9OUePWL-8" value="">
          <mxGeometry relative="1" as="geometry" />
        </mxCell>
        <mxCell id="pPH6oVQiPgVcm9OUePWL-6" parent="1" style="whiteSpace=wrap;html=1;rounded=1;" value="Redirected to callback URL with request_token&lt;br&gt;&lt;b&gt;http://localhost:3000/api/auth/kite/callback&lt;/b&gt;" vertex="1">
          <mxGeometry height="60" width="262" x="352" y="244" as="geometry" />
        </mxCell>
        <mxCell id="pPH6oVQiPgVcm9OUePWL-13" edge="1" parent="1" source="pPH6oVQiPgVcm9OUePWL-8" style="edgeStyle=orthogonalEdgeStyle;rounded=0;orthogonalLoop=1;jettySize=auto;html=1;" target="pPH6oVQiPgVcm9OUePWL-12" value="">
          <mxGeometry relative="1" as="geometry" />
        </mxCell>
        <mxCell id="pPH6oVQiPgVcm9OUePWL-8" parent="1" style="whiteSpace=wrap;html=1;rounded=1;" value="In loader for this route, generate the session" vertex="1">
          <mxGeometry height="60" width="120" x="17" y="244" as="geometry" />
        </mxCell>
        <mxCell id="pPH6oVQiPgVcm9OUePWL-15" edge="1" parent="1" source="pPH6oVQiPgVcm9OUePWL-12" style="edgeStyle=orthogonalEdgeStyle;rounded=0;orthogonalLoop=1;jettySize=auto;html=1;" target="pPH6oVQiPgVcm9OUePWL-14" value="">
          <mxGeometry relative="1" as="geometry" />
        </mxCell>
        <mxCell id="pPH6oVQiPgVcm9OUePWL-12" parent="1" style="whiteSpace=wrap;html=1;rounded=1;" value="Serialize and save the access token in cookie" vertex="1">
          <mxGeometry height="60" width="120" x="17" y="384" as="geometry" />
        </mxCell>
        <mxCell id="pPH6oVQiPgVcm9OUePWL-17" edge="1" parent="1" source="pPH6oVQiPgVcm9OUePWL-14" style="edgeStyle=orthogonalEdgeStyle;rounded=0;orthogonalLoop=1;jettySize=auto;html=1;" target="pPH6oVQiPgVcm9OUePWL-16" value="">
          <mxGeometry relative="1" as="geometry" />
        </mxCell>
        <mxCell id="pPH6oVQiPgVcm9OUePWL-14" parent="1" style="whiteSpace=wrap;html=1;rounded=1;" value="redirect to /dashboard" vertex="1">
          <mxGeometry height="60" width="120" x="217" y="384" as="geometry" />
        </mxCell>
        <mxCell id="pPH6oVQiPgVcm9OUePWL-19" edge="1" parent="1" source="pPH6oVQiPgVcm9OUePWL-16" style="edgeStyle=orthogonalEdgeStyle;rounded=0;orthogonalLoop=1;jettySize=auto;html=1;" target="pPH6oVQiPgVcm9OUePWL-18" value="">
          <mxGeometry relative="1" as="geometry" />
        </mxCell>
        <mxCell id="pPH6oVQiPgVcm9OUePWL-16" parent="1" style="whiteSpace=wrap;html=1;rounded=1;" value="in dashboard loader, get the access token from the cookie and send it to client" vertex="1">
          <mxGeometry height="60" width="120" x="417" y="384" as="geometry" />
        </mxCell>
        <mxCell id="pPH6oVQiPgVcm9OUePWL-21" edge="1" parent="1" source="pPH6oVQiPgVcm9OUePWL-18" style="edgeStyle=orthogonalEdgeStyle;rounded=0;orthogonalLoop=1;jettySize=auto;html=1;" target="pPH6oVQiPgVcm9OUePWL-20" value="">
          <mxGeometry relative="1" as="geometry" />
        </mxCell>
        <mxCell id="pPH6oVQiPgVcm9OUePWL-18" parent="1" style="whiteSpace=wrap;html=1;rounded=1;" value="front-end creates the kc client with api_key and access_token.&amp;nbsp;&amp;nbsp;" vertex="1">
          <mxGeometry height="60" width="120" x="617" y="384" as="geometry" />
        </mxCell>
        <mxCell id="pPH6oVQiPgVcm9OUePWL-20" parent="1" style="whiteSpace=wrap;html=1;rounded=1;" value="use kc client for calling Kite APIs" vertex="1">
          <mxGeometry height="60" width="120" x="617" y="524" as="geometry" />
        </mxCell>
      </root>
    </mxGraphModel>
  </diagram>
  <diagram name="UI/UX" id="5MV4RERJIjpIYta4IkZD">
    <mxGraphModel dx="3134" dy="2189" grid="0" gridSize="10" guides="1" tooltips="1" connect="1" arrows="1" fold="1" page="0" pageScale="1" pageWidth="402" pageHeight="874" background="#ffffff" math="0" shadow="0">
      <root>
        <mxCell id="0" />
        <mxCell id="1" parent="0" />
        <mxCell id="ExlUUjPYo0Ii6ma58Pc_-14" parent="1" style="rounded=1;whiteSpace=wrap;html=1;" value="" vertex="1">
          <mxGeometry height="321" width="1097" x="-296" y="-20" as="geometry" />
        </mxCell>
        <mxCell id="ExlUUjPYo0Ii6ma58Pc_-13" parent="1" style="rounded=1;whiteSpace=wrap;html=1;" value="" vertex="1">
          <mxGeometry height="321" width="1097" x="-287" y="732" as="geometry" />
        </mxCell>
        <mxCell id="iMmVTYed4h1aN_pzg3ix-1" parent="1" style="text;html=1;whiteSpace=wrap;strokeColor=none;fillColor=none;align=center;verticalAlign=middle;rounded=0;fontStyle=1;fontSize=48;fontColor=light-dark(#7a7978, #ededed);" value="Net Qty." vertex="1">
          <mxGeometry height="59" width="60" x="-120" y="72" as="geometry" />
        </mxCell>
        <mxCell id="iMmVTYed4h1aN_pzg3ix-2" parent="1" style="text;html=1;whiteSpace=wrap;strokeColor=none;fillColor=none;align=center;verticalAlign=middle;rounded=0;fontStyle=1;fontSize=48;fontColor=light-dark(#7a7978, #ededed);" value="AVG. PRICE" vertex="1">
          <mxGeometry height="59" width="60" x="149" y="61" as="geometry" />
        </mxCell>
        <mxCell id="iMmVTYed4h1aN_pzg3ix-3" parent="1" style="text;html=1;whiteSpace=wrap;strokeColor=none;fillColor=none;align=center;verticalAlign=middle;rounded=0;fontStyle=1;fontSize=48;fontColor=light-dark(#7a7978, #ededed);" value="LTP" vertex="1">
          <mxGeometry height="59" width="60" x="418" y="61" as="geometry" />
        </mxCell>
        <mxCell id="iMmVTYed4h1aN_pzg3ix-4" parent="1" style="text;html=1;whiteSpace=wrap;strokeColor=none;fillColor=none;align=center;verticalAlign=middle;rounded=0;fontStyle=1;fontSize=48;fontColor=light-dark(#7a7978, #ededed);" value="PnL" vertex="1">
          <mxGeometry height="59" width="60" x="687" y="61" as="geometry" />
        </mxCell>
        <mxCell id="iMmVTYed4h1aN_pzg3ix-5" parent="1" style="text;html=1;whiteSpace=wrap;strokeColor=none;fillColor=none;align=center;verticalAlign=middle;rounded=0;fontSize=36;fontStyle=1" value="100" vertex="1">
          <mxGeometry height="30" width="60" x="-120" y="211" as="geometry" />
        </mxCell>
        <mxCell id="iMmVTYed4h1aN_pzg3ix-6" parent="1" style="text;html=1;whiteSpace=wrap;strokeColor=none;fillColor=none;align=center;verticalAlign=middle;rounded=0;fontSize=36;fontStyle=1" value="36.40" vertex="1">
          <mxGeometry height="30" width="60" x="149" y="211" as="geometry" />
        </mxCell>
        <mxCell id="iMmVTYed4h1aN_pzg3ix-7" parent="1" style="text;html=1;whiteSpace=wrap;strokeColor=none;fillColor=none;align=center;verticalAlign=middle;rounded=0;fontSize=36;fontStyle=1" value="37.45" vertex="1">
          <mxGeometry height="30" width="60" x="418" y="211" as="geometry" />
        </mxCell>
        <mxCell id="iMmVTYed4h1aN_pzg3ix-8" parent="1" style="text;html=1;whiteSpace=wrap;strokeColor=none;fillColor=none;align=center;verticalAlign=middle;rounded=0;fontSize=36;fontStyle=1" value="100" vertex="1">
          <mxGeometry height="30" width="60" x="687" y="211" as="geometry" />
        </mxCell>
        <mxCell id="7si3vGMUa6yKKs87A3T9-2" edge="1" parent="1" source="7si3vGMUa6yKKs87A3T9-1" style="edgeStyle=orthogonalEdgeStyle;rounded=0;orthogonalLoop=1;jettySize=auto;html=1;exitX=0.5;exitY=0;exitDx=0;exitDy=0;entryX=0;entryY=0.5;entryDx=0;entryDy=0;" target="iMmVTYed4h1aN_pzg3ix-5">
          <mxGeometry relative="1" as="geometry">
            <Array as="points">
              <mxPoint x="-283" y="227" />
              <mxPoint x="-139" y="227" />
            </Array>
            <mxPoint x="-139.09090909090924" y="259.27272727272725" as="targetPoint" />
          </mxGeometry>
        </mxCell>
        <mxCell id="7si3vGMUa6yKKs87A3T9-1" parent="1" style="text;html=1;whiteSpace=wrap;strokeColor=none;fillColor=none;align=center;verticalAlign=middle;rounded=0;fontStyle=1" value="Red color if negative, blue color if positive" vertex="1">
          <mxGeometry height="70" width="129" x="-347" y="453" as="geometry" />
        </mxCell>
        <mxCell id="7si3vGMUa6yKKs87A3T9-4" edge="1" parent="1" source="7si3vGMUa6yKKs87A3T9-3" style="edgeStyle=orthogonalEdgeStyle;rounded=0;orthogonalLoop=1;jettySize=auto;html=1;entryX=0.5;entryY=1;entryDx=0;entryDy=0;" target="iMmVTYed4h1aN_pzg3ix-8">
          <mxGeometry relative="1" as="geometry" />
        </mxCell>
        <mxCell id="7si3vGMUa6yKKs87A3T9-3" parent="1" style="text;html=1;whiteSpace=wrap;strokeColor=none;fillColor=none;align=center;verticalAlign=middle;rounded=0;fontStyle=1" value="Red color if negative, blue color if positive" vertex="1">
          <mxGeometry height="70" width="129" x="681" y="398" as="geometry" />
        </mxCell>
        <mxCell id="7si3vGMUa6yKKs87A3T9-5" parent="1" style="text;html=1;whiteSpace=wrap;strokeColor=none;fillColor=none;align=center;verticalAlign=middle;rounded=0;" value="Will receive the following props:&lt;br&gt;netQuantity: number;&lt;br&gt;&lt;div&gt;averagePrice: number&lt;/div&gt;&lt;div&gt;ltp: number;&lt;/div&gt;" vertex="1">
          <mxGeometry height="101" width="203" x="-25" y="355" as="geometry" />
        </mxCell>
        <mxCell id="7si3vGMUa6yKKs87A3T9-6" parent="1" style="text;html=1;whiteSpace=wrap;strokeColor=none;fillColor=none;align=center;verticalAlign=middle;rounded=0;" value="PnL needs to be calculated by the component" vertex="1">
          <mxGeometry height="101" width="203" x="-21" y="482" as="geometry" />
        </mxCell>
        <mxCell id="7si3vGMUa6yKKs87A3T9-7" parent="1" style="text;html=1;whiteSpace=wrap;strokeColor=none;fillColor=none;align=center;verticalAlign=middle;rounded=0;fontStyle=1;fontSize=48;fontColor=light-dark(#7a7978, #ededed);" value="Net Qty." vertex="1">
          <mxGeometry height="59" width="60" x="-186" y="816" as="geometry" />
        </mxCell>
        <mxCell id="7si3vGMUa6yKKs87A3T9-8" parent="1" style="text;html=1;whiteSpace=wrap;strokeColor=none;fillColor=none;align=center;verticalAlign=middle;rounded=0;fontStyle=1;fontSize=48;fontColor=light-dark(#7a7978, #ededed);" value="AVG. PRICE" vertex="1">
          <mxGeometry height="59" width="60" x="83" y="805" as="geometry" />
        </mxCell>
        <mxCell id="7si3vGMUa6yKKs87A3T9-9" parent="1" style="text;html=1;whiteSpace=wrap;strokeColor=none;fillColor=none;align=center;verticalAlign=middle;rounded=0;fontStyle=1;fontSize=48;fontColor=light-dark(#7a7978, #ededed);" value="LTP" vertex="1">
          <mxGeometry height="59" width="60" x="352" y="805" as="geometry" />
        </mxCell>
        <mxCell id="7si3vGMUa6yKKs87A3T9-10" parent="1" style="text;html=1;whiteSpace=wrap;strokeColor=none;fillColor=none;align=center;verticalAlign=middle;rounded=0;fontStyle=1;fontSize=48;fontColor=light-dark(#7a7978, #ededed);" value="PnL" vertex="1">
          <mxGeometry height="59" width="60" x="621" y="805" as="geometry" />
        </mxCell>
        <mxCell id="7si3vGMUa6yKKs87A3T9-11" parent="1" style="text;html=1;whiteSpace=wrap;strokeColor=none;fillColor=none;align=center;verticalAlign=middle;rounded=0;fontSize=18;fontStyle=1" value="{props.netQuantity}" vertex="1">
          <mxGeometry height="30" width="60" x="-186" y="955" as="geometry" />
        </mxCell>
        <mxCell id="7si3vGMUa6yKKs87A3T9-12" parent="1" style="text;html=1;whiteSpace=wrap;strokeColor=none;fillColor=none;align=center;verticalAlign=middle;rounded=0;fontSize=18;fontStyle=1" value="&lt;div&gt;{props.averagePrice}&lt;/div&gt;" vertex="1">
          <mxGeometry height="30" width="60" x="83" y="955" as="geometry" />
        </mxCell>
        <mxCell id="7si3vGMUa6yKKs87A3T9-13" parent="1" style="text;html=1;whiteSpace=wrap;strokeColor=none;fillColor=none;align=center;verticalAlign=middle;rounded=0;fontSize=18;fontStyle=1" value="{props.ltp}" vertex="1">
          <mxGeometry height="30" width="60" x="352" y="955" as="geometry" />
        </mxCell>
        <mxCell id="7si3vGMUa6yKKs87A3T9-14" parent="1" style="text;html=1;whiteSpace=wrap;strokeColor=none;fillColor=none;align=center;verticalAlign=middle;rounded=0;fontSize=18;fontStyle=1" value="{pnl}" vertex="1">
          <mxGeometry height="30" width="60" x="621" y="955" as="geometry" />
        </mxCell>
        <mxCell id="ExlUUjPYo0Ii6ma58Pc_-1" parent="1" style="rounded=1;whiteSpace=wrap;html=1;" value="" vertex="1">
          <mxGeometry height="321" width="1253" x="-202" y="1234" as="geometry" />
        </mxCell>
        <mxCell id="ExlUUjPYo0Ii6ma58Pc_-2" parent="1" style="text;html=1;whiteSpace=wrap;strokeColor=none;fillColor=none;align=center;verticalAlign=middle;rounded=0;fontStyle=1;fontSize=48;fontColor=light-dark(#7a7978, #ededed);" value="Total Margin" vertex="1">
          <mxGeometry height="59" width="168" x="-154" y="1292" as="geometry" />
        </mxCell>
        <mxCell id="ExlUUjPYo0Ii6ma58Pc_-3" parent="1" style="text;html=1;whiteSpace=wrap;strokeColor=none;fillColor=none;align=center;verticalAlign=middle;rounded=0;fontStyle=1;fontSize=48;fontColor=light-dark(#7a7978, #ededed);" value="Utilized Margin" vertex="1">
          <mxGeometry height="59" width="168" x="330" y="1295" as="geometry" />
        </mxCell>
        <mxCell id="ExlUUjPYo0Ii6ma58Pc_-4" parent="1" style="text;html=1;whiteSpace=wrap;strokeColor=none;fillColor=none;align=center;verticalAlign=middle;rounded=0;fontStyle=1;fontSize=48;fontColor=light-dark(#7a7978, #ededed);" value="Net Margin" vertex="1">
          <mxGeometry height="59" width="168" x="813" y="1289" as="geometry" />
        </mxCell>
        <mxCell id="ExlUUjPYo0Ii6ma58Pc_-5" parent="1" style="text;html=1;whiteSpace=wrap;strokeColor=none;fillColor=none;align=center;verticalAlign=middle;rounded=0;fontSize=42;" value="₹2000" vertex="1">
          <mxGeometry height="30" width="60" x="-100" y="1412" as="geometry" />
        </mxCell>
        <mxCell id="ExlUUjPYo0Ii6ma58Pc_-7" parent="1" style="text;html=1;whiteSpace=wrap;strokeColor=none;fillColor=none;align=center;verticalAlign=middle;rounded=0;fontSize=42;" value="₹200" vertex="1">
          <mxGeometry height="30" width="60" x="384" y="1412" as="geometry" />
        </mxCell>
        <mxCell id="ExlUUjPYo0Ii6ma58Pc_-8" parent="1" style="text;html=1;whiteSpace=wrap;strokeColor=none;fillColor=none;align=center;verticalAlign=middle;rounded=0;fontSize=42;" value="₹1800" vertex="1">
          <mxGeometry height="30" width="60" x="867" y="1412" as="geometry" />
        </mxCell>
        <mxCell id="ExlUUjPYo0Ii6ma58Pc_-9" parent="1" style="html=1;shadow=0;dashed=0;shape=mxgraph.bootstrap.rrect;rSize=5;fillColor=#E9ECEF;strokeColor=none;" value="" vertex="1">
          <mxGeometry height="20" width="800" x="24.5" y="1507" as="geometry" />
        </mxCell>
        <mxCell id="ExlUUjPYo0Ii6ma58Pc_-10" parent="ExlUUjPYo0Ii6ma58Pc_-9" style="html=1;shadow=0;dashed=0;shape=mxgraph.bootstrap.leftButton;rSize=5;fillColor=#1CA5B8;strokeColor=none;resizeHeight=1;" value="" vertex="1">
          <mxGeometry height="20" relative="1" width="250" as="geometry" />
        </mxCell>
        <mxCell id="ExlUUjPYo0Ii6ma58Pc_-11" parent="1" style="text;html=1;whiteSpace=wrap;strokeColor=none;fillColor=none;align=center;verticalAlign=middle;rounded=0;fontSize=24;" value="The max value on the progress bar is the total margin and the filled in part is the utilized margin" vertex="1">
          <mxGeometry height="92" width="269" x="175" y="1620" as="geometry" />
        </mxCell>
        <mxCell id="ExlUUjPYo0Ii6ma58Pc_-12" edge="1" parent="1" source="ExlUUjPYo0Ii6ma58Pc_-11" style="edgeStyle=orthogonalEdgeStyle;rounded=0;orthogonalLoop=1;jettySize=auto;html=1;exitX=0.5;exitY=0;exitDx=0;exitDy=0;entryX=0.412;entryY=0.999;entryDx=0;entryDy=0;entryPerimeter=0;" target="ExlUUjPYo0Ii6ma58Pc_-1">
          <mxGeometry relative="1" as="geometry" />
        </mxCell>
      </root>
    </mxGraphModel>
  </diagram>
  <diagram id="dmkDPsUycKQvBsQ4H3Di" name="Kite-Fly-Ticker-Architecture">
    <mxGraphModel dx="1357" dy="626" grid="0" gridSize="10" guides="1" tooltips="1" connect="1" arrows="1" fold="1" page="0" pageScale="1" pageWidth="402" pageHeight="874" math="0" shadow="0">
      <root>
        <mxCell id="0" />
        <mxCell id="1" parent="0" />
        <mxCell id="FDZGNOtkY16CQce4NqAR-3" edge="1" parent="1" source="FDZGNOtkY16CQce4NqAR-1" style="edgeStyle=orthogonalEdgeStyle;rounded=0;orthogonalLoop=1;jettySize=auto;html=1;" target="FDZGNOtkY16CQce4NqAR-2" value="">
          <mxGeometry relative="1" as="geometry" />
        </mxCell>
        <mxCell id="FDZGNOtkY16CQce4NqAR-1" parent="1" style="rounded=1;whiteSpace=wrap;html=1;" value="Client posts a request - for example:&lt;br&gt;&lt;div&gt;&lt;br&gt;&lt;/div&gt;&lt;br&gt;&lt;div&gt;fetch(&quot;http://localhost:3000/api/ltp&quot;, () =&amp;gt; {&lt;/div&gt;&lt;div&gt;method: &quot;POST&quot;,&lt;/div&gt;&lt;div&gt;body: JSON.stringify({&lt;/div&gt;&lt;div&gt;instrument: &quot;WIPRO&quot;,&lt;br&gt;ltp: 128.10&lt;/div&gt;&lt;div&gt;})&lt;/div&gt;&lt;div&gt;})&lt;br&gt;&lt;br&gt;The call is made from another site - for ex. https://kite.zerodha.com&lt;/div&gt;" vertex="1">
          <mxGeometry height="236" width="345" x="-33" y="45" as="geometry" />
        </mxCell>
        <mxCell id="FDZGNOtkY16CQce4NqAR-5" edge="1" parent="1" source="FDZGNOtkY16CQce4NqAR-2" style="edgeStyle=orthogonalEdgeStyle;rounded=0;orthogonalLoop=1;jettySize=auto;html=1;" target="FDZGNOtkY16CQce4NqAR-4" value="">
          <mxGeometry relative="1" as="geometry" />
        </mxCell>
        <mxCell id="FDZGNOtkY16CQce4NqAR-2" parent="1" style="whiteSpace=wrap;html=1;rounded=1;" value="SERVER" vertex="1">
          <mxGeometry height="60" width="120" x="504.5" y="98.5" as="geometry" />
        </mxCell>
        <mxCell id="FDZGNOtkY16CQce4NqAR-8" edge="1" parent="1" source="FDZGNOtkY16CQce4NqAR-4" style="edgeStyle=orthogonalEdgeStyle;rounded=0;orthogonalLoop=1;jettySize=auto;html=1;exitX=0.75;exitY=1;exitDx=0;exitDy=0;entryX=1;entryY=0.75;entryDx=0;entryDy=0;" target="FDZGNOtkY16CQce4NqAR-6">
          <mxGeometry relative="1" as="geometry" />
        </mxCell>
        <mxCell id="FDZGNOtkY16CQce4NqAR-4" parent="1" style="whiteSpace=wrap;html=1;rounded=1;" value="Websocket" vertex="1">
          <mxGeometry height="60" width="120" x="504.5" y="265" as="geometry" />
        </mxCell>
        <mxCell id="FDZGNOtkY16CQce4NqAR-7" edge="1" parent="1" source="FDZGNOtkY16CQce4NqAR-6" style="edgeStyle=orthogonalEdgeStyle;rounded=0;orthogonalLoop=1;jettySize=auto;html=1;entryX=0.5;entryY=1;entryDx=0;entryDy=0;" target="FDZGNOtkY16CQce4NqAR-4">
          <mxGeometry relative="1" as="geometry" />
        </mxCell>
        <mxCell id="FDZGNOtkY16CQce4NqAR-6" parent="1" style="rounded=1;whiteSpace=wrap;html=1;" value="On another client,&lt;div&gt;new Websocket()&lt;/div&gt;// receive the data which is sent from /api/ltp" vertex="1">
          <mxGeometry height="167" width="345" x="1" y="392" as="geometry" />
        </mxCell>
      </root>
    </mxGraphModel>
  </diagram>
</mxfile>
